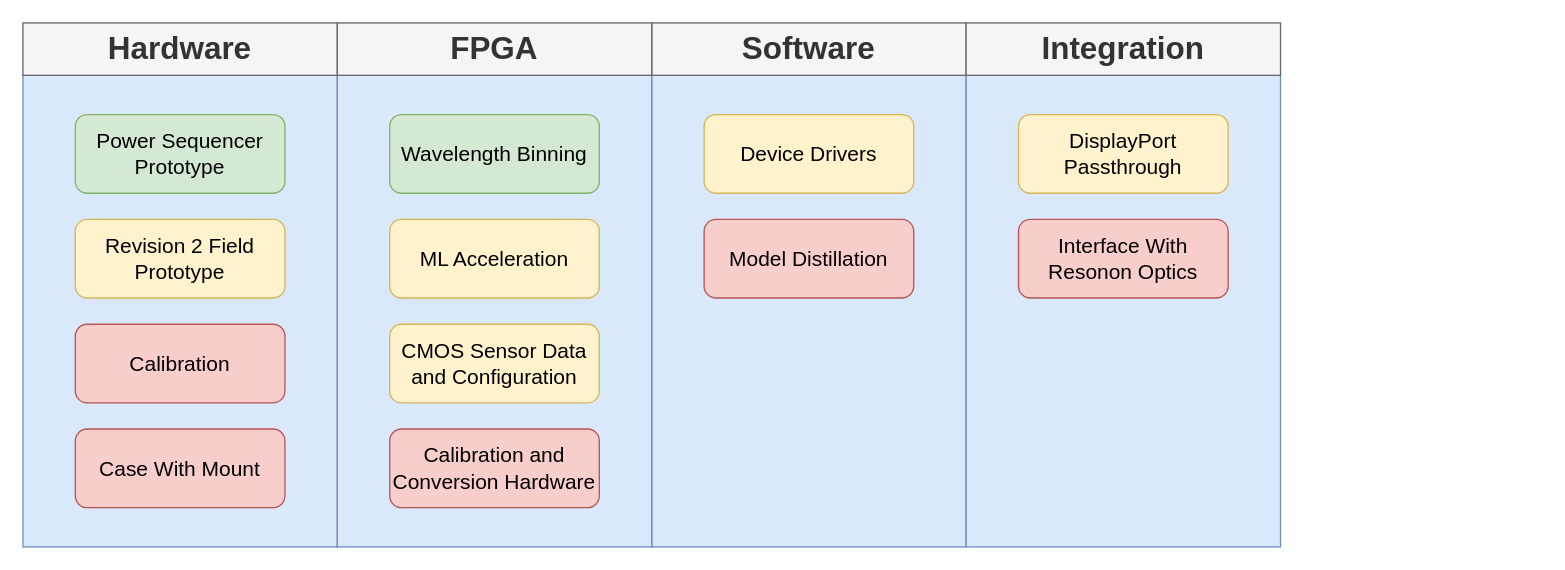
Before: allHandsProgressDiagram.drawio in snider-lab-msu/figures, a draw.io diagram. Source tidied: cells renumbered, new cells numbered last; positions are measured from the earlier drawing's top-left corner, leaving out a move shared by most shapes. Both pictures are drawn from the tidied source at 131%, with x=0, y=0 at pixel (22, 22).
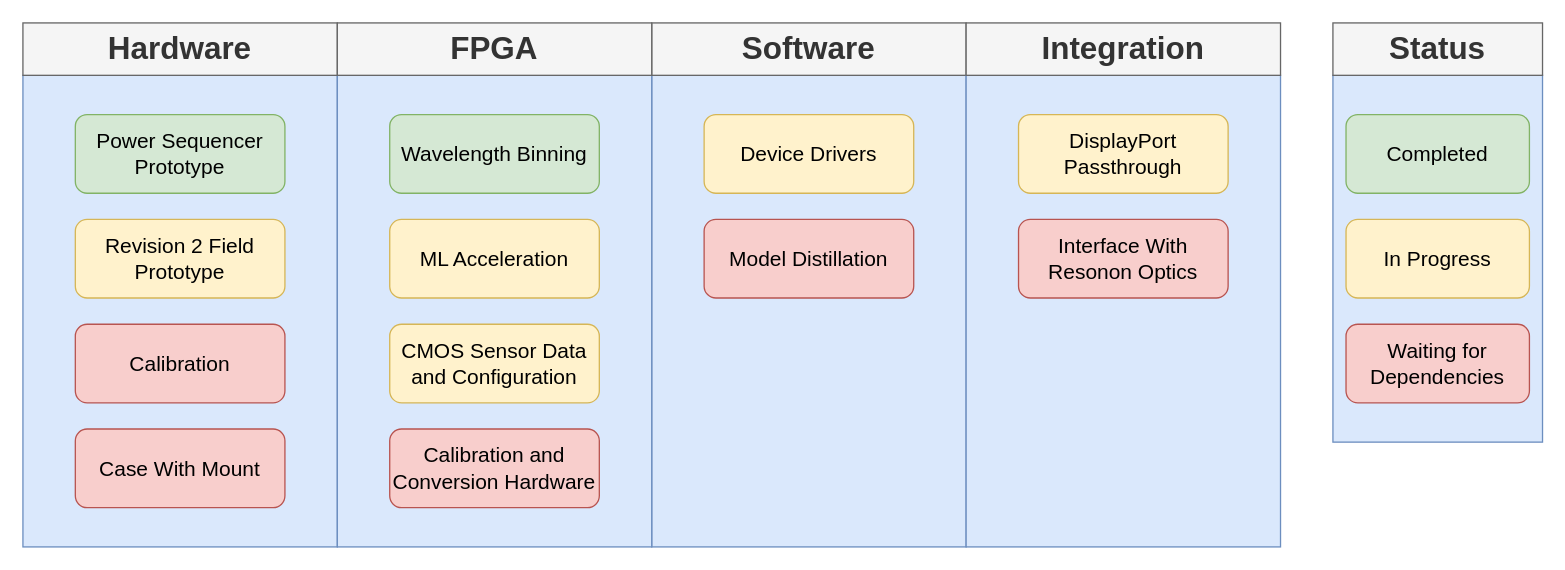
The same page after the edit.

The edit, as a diff of the source:
```diff
@@
+    <mxCell id="22" style="rounded=0;whiteSpace=wrap;html=1;fillColor=#dae8fc;strokeColor=#6c8ebf;" parent="1" vertex="1">
+      <mxGeometry x="1000" y="40" width="160" height="280" as="geometry" />
+    </mxCell>
+    <mxCell id="23" value="Status" style="rounded=0;whiteSpace=wrap;html=1;fillColor=#f5f5f5;fontColor=#333333;strokeColor=#666666;fontStyle=1;fontSize=24;" parent="1" vertex="1">
+      <mxGeometry x="1000" width="160" height="40" as="geometry" />
+    </mxCell>
+    <mxCell id="24" value="Completed" style="rounded=1;whiteSpace=wrap;html=1;fillColor=#d5e8d4;strokeColor=#82b366;fontSize=16;" parent="1" vertex="1">
+      <mxGeometry x="1010" y="70" width="140" height="60" as="geometry" />
+    </mxCell>
+    <mxCell id="25" value="In Progress" style="rounded=1;whiteSpace=wrap;html=1;fillColor=#fff2cc;strokeColor=#d6b656;fontSize=16;" parent="1" vertex="1">
+      <mxGeometry x="1010" y="150" width="140" height="60" as="geometry" />
+    </mxCell>
+    <mxCell id="26" value="Waiting for Dependencies" style="rounded=1;whiteSpace=wrap;html=1;fillColor=#f8cecc;strokeColor=#b85450;fontSize=16;" parent="1" vertex="1">
+      <mxGeometry x="1010" y="230" width="140" height="60" as="geometry" />
+    </mxCell>
```
